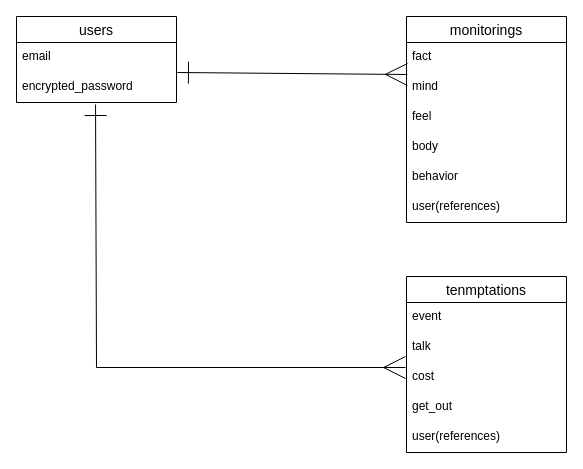
Above: ER-mental.dio in iguanakun/mental-app (draw.io), before the change. Source tidied: cells renumbered, new cells numbered last; positions are measured from the earlier drawing's top-left corner, leaving out a move shared by most shapes. Both pictures are drawn from the tidied source at 100%, with x=0, y=0 at pixel (16, 16).
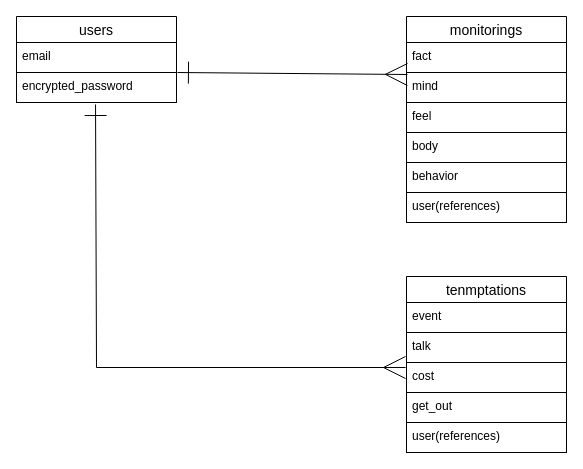
The same page after the edit.

Diff of the diagram source:
```diff
@@
-<mxGraphModel>
+<mxGraphModel background="#ffffff">
@@
-    <mxCell id="2" value="users" style="swimlane;fontStyle=0;horizontal=1;startSize=26;align=center;fontSize=14;" parent="1" vertex="1">
+    <mxCell id="2" value="users" style="swimlane;fontStyle=0;horizontal=1;startSize=26;align=center;fontSize=14;strokeColor=#000000;" parent="1" vertex="1">
       <mxGeometry width="160" height="86" as="geometry" />
     </mxCell>
-    <mxCell id="3" value="email" style="text;strokeColor=none;fillColor=none;spacingLeft=4;spacingRight=4;overflow=hidden;points=[[0,0.5],[1,0.5]];portConstraint=eastwest;fontSize=12;" parent="2" vertex="1">
+    <mxCell id="3" value="email" style="text;strokeColor=#000000;fillColor=#FFFFFF;spacingLeft=4;spacingRight=4;overflow=hidden;points=[[0,0.5],[1,0.5]];portConstraint=eastwest;fontSize=12;" parent="2" vertex="1">
       <mxGeometry y="26" width="160" height="30" as="geometry" />
     </mxCell>
-    <mxCell id="4" value="encrypted_password" style="text;strokeColor=none;fillColor=none;spacingLeft=4;spacingRight=4;overflow=hidden;points=[[0,0.5],[1,0.5]];portConstraint=eastwest;fontSize=12;" parent="2" vertex="1">
+    <mxCell id="4" value="encrypted_password" style="text;strokeColor=#000000;fillColor=#FFFFFF;spacingLeft=4;spacingRight=4;overflow=hidden;points=[[0,0.5],[1,0.5]];portConstraint=eastwest;fontSize=12;" parent="2" vertex="1">
       <mxGeometry y="56" width="160" height="30" as="geometry" />
     </mxCell>
-    <mxCell id="5" value="monitorings" style="swimlane;fontStyle=0;horizontal=1;startSize=26;align=center;fontSize=14;" parent="1" vertex="1">
+    <mxCell id="5" value="monitorings" style="swimlane;fontStyle=0;horizontal=1;startSize=26;align=center;fontSize=14;strokeColor=#000000;" parent="1" vertex="1">
       <mxGeometry x="390" width="160" height="206" as="geometry" />
     </mxCell>
-    <mxCell id="6" value="fact" style="text;strokeColor=none;fillColor=none;spacingLeft=4;spacingRight=4;overflow=hidden;fontSize=12;" parent="5" vertex="1">
+    <mxCell id="6" value="fact" style="text;strokeColor=#000000;fillColor=#FFFFFF;spacingLeft=4;spacingRight=4;overflow=hidden;fontSize=12;" parent="5" vertex="1">
       <mxGeometry y="26" width="160" height="30" as="geometry" />
     </mxCell>
-    <mxCell id="7" value="mind" style="text;strokeColor=none;fillColor=none;spacingLeft=4;spacingRight=4;overflow=hidden;points=[[0,0.5],[1,0.5]];portConstraint=eastwest;fontSize=12;" parent="5" vertex="1">
+    <mxCell id="7" value="mind" style="text;strokeColor=#000000;fillColor=#FFFFFF;spacingLeft=4;spacingRight=4;overflow=hidden;points=[[0,0.5],[1,0.5]];portConstraint=eastwest;fontSize=12;" parent="5" vertex="1">
       <mxGeometry y="56" width="160" height="30" as="geometry" />
     </mxCell>
-    <mxCell id="8" value="feel" style="text;strokeColor=none;fillColor=none;spacingLeft=4;spacingRight=4;overflow=hidden;fontSize=12;" parent="5" vertex="1">
+    <mxCell id="8" value="feel" style="text;strokeColor=#000000;fillColor=#FFFFFF;spacingLeft=4;spacingRight=4;overflow=hidden;fontSize=12;" parent="5" vertex="1">
       <mxGeometry y="86" width="160" height="30" as="geometry" />
     </mxCell>
-    <mxCell id="9" value="body" style="text;strokeColor=none;fillColor=none;spacingLeft=4;spacingRight=4;overflow=hidden;fontSize=12;" parent="5" vertex="1">
+    <mxCell id="9" value="body" style="text;strokeColor=#000000;fillColor=#FFFFFF;spacingLeft=4;spacingRight=4;overflow=hidden;fontSize=12;" parent="5" vertex="1">
       <mxGeometry y="116" width="160" height="30" as="geometry" />
     </mxCell>
-    <mxCell id="10" value="behavior" style="text;strokeColor=none;fillColor=none;spacingLeft=4;spacingRight=4;overflow=hidden;fontSize=12;" parent="5" vertex="1">
+    <mxCell id="10" value="behavior" style="text;strokeColor=#000000;fillColor=#FFFFFF;spacingLeft=4;spacingRight=4;overflow=hidden;fontSize=12;" parent="5" vertex="1">
       <mxGeometry y="146" width="160" height="30" as="geometry" />
     </mxCell>
-    <mxCell id="11" value="user(references)" style="text;strokeColor=none;fillColor=none;spacingLeft=4;spacingRight=4;overflow=hidden;fontSize=12;" parent="5" vertex="1">
+    <mxCell id="11" value="user(references)" style="text;strokeColor=#000000;fillColor=#FFFFFF;spacingLeft=4;spacingRight=4;overflow=hidden;fontSize=12;" parent="5" vertex="1">
       <mxGeometry y="176" width="160" height="30" as="geometry" />
     </mxCell>
-    <mxCell id="12" style="endArrow=ERmany;html=1;rounded=0;entryX=0.006;entryY=0.067;entryDx=0;entryDy=0;entryPerimeter=0;startArrow=ERone;startFill=0;targetPerimeterSpacing=12;endSize=20;endFill=0;sourcePerimeterSpacing=-10;startSize=20;exitX=1.006;exitY=1;exitDx=0;exitDy=0;exitPerimeter=0;strokeWidth=1;" parent="1" edge="1" source="3" target="7">
+    <mxCell id="12" style="endArrow=ERmany;html=1;rounded=0;entryX=0.006;entryY=0.067;entryDx=0;entryDy=0;entryPerimeter=0;startArrow=ERone;startFill=0;targetPerimeterSpacing=12;endSize=20;endFill=0;sourcePerimeterSpacing=-10;startSize=20;exitX=1.006;exitY=1;exitDx=0;exitDy=0;exitPerimeter=0;strokeWidth=1;strokeColor=#000000;" parent="1" edge="1" source="3" target="7">
       <mxGeometry relative="1" as="geometry" />
     </mxCell>
-    <mxCell id="13" value="tenmptations" style="swimlane;fontStyle=0;horizontal=1;startSize=26;align=center;fontSize=14;" parent="1" vertex="1">
+    <mxCell id="13" value="tenmptations" style="swimlane;fontStyle=0;horizontal=1;startSize=26;align=center;fontSize=14;strokeColor=#000000;" parent="1" vertex="1">
       <mxGeometry x="390" y="260" width="160" height="176" as="geometry" />
     </mxCell>
-    <mxCell id="14" value="event" style="text;strokeColor=none;fillColor=none;spacingLeft=4;spacingRight=4;overflow=hidden;fontSize=12;" parent="13" vertex="1">
+    <mxCell id="14" value="event" style="text;strokeColor=#000000;fillColor=#FFFFFF;spacingLeft=4;spacingRight=4;overflow=hidden;fontSize=12;" parent="13" vertex="1">
       <mxGeometry y="26" width="160" height="30" as="geometry" />
     </mxCell>
-    <mxCell id="15" value="talk" style="text;strokeColor=none;fillColor=none;spacingLeft=4;spacingRight=4;overflow=hidden;fontSize=12;" parent="13" vertex="1">
+    <mxCell id="15" value="talk" style="text;strokeColor=#000000;fillColor=#FFFFFF;spacingLeft=4;spacingRight=4;overflow=hidden;fontSize=12;" parent="13" vertex="1">
       <mxGeometry y="56" width="160" height="30" as="geometry" />
     </mxCell>
-    <mxCell id="16" value="cost" style="text;strokeColor=none;fillColor=none;spacingLeft=4;spacingRight=4;overflow=hidden;points=[[0,0.5],[1,0.5]];portConstraint=eastwest;fontSize=12;" parent="13" vertex="1">
+    <mxCell id="16" value="cost" style="text;strokeColor=#000000;fillColor=#FFFFFF;spacingLeft=4;spacingRight=4;overflow=hidden;points=[[0,0.5],[1,0.5]];portConstraint=eastwest;fontSize=12;" parent="13" vertex="1">
       <mxGeometry y="86" width="160" height="30" as="geometry" />
     </mxCell>
-    <mxCell id="17" value="get_out" style="text;strokeColor=none;fillColor=none;spacingLeft=4;spacingRight=4;overflow=hidden;fontSize=12;" parent="13" vertex="1">
+    <mxCell id="17" value="get_out" style="text;strokeColor=#000000;fillColor=#FFFFFF;spacingLeft=4;spacingRight=4;overflow=hidden;fontSize=12;" parent="13" vertex="1">
       <mxGeometry y="116" width="160" height="30" as="geometry" />
     </mxCell>
-    <mxCell id="18" value="user(references)" style="text;strokeColor=none;fillColor=none;spacingLeft=4;spacingRight=4;overflow=hidden;fontSize=12;" parent="13" vertex="1">
+    <mxCell id="18" value="user(references)" style="text;strokeColor=#000000;fillColor=#FFFFFF;spacingLeft=4;spacingRight=4;overflow=hidden;fontSize=12;" parent="13" vertex="1">
       <mxGeometry y="146" width="160" height="30" as="geometry" />
     </mxCell>
-    <mxCell id="19" style="endArrow=ERmany;html=1;rounded=0;entryX=-0.006;entryY=0.167;entryDx=0;entryDy=0;entryPerimeter=0;startArrow=ERone;startFill=0;targetPerimeterSpacing=12;endSize=20;endFill=0;sourcePerimeterSpacing=-10;startSize=20;strokeWidth=1;exitX=0.494;exitY=1.067;exitDx=0;exitDy=0;exitPerimeter=0;" parent="1" edge="1" source="4" target="16">
+    <mxCell id="19" style="endArrow=ERmany;html=1;rounded=0;entryX=-0.006;entryY=0.167;entryDx=0;entryDy=0;entryPerimeter=0;startArrow=ERone;startFill=0;targetPerimeterSpacing=12;endSize=20;endFill=0;sourcePerimeterSpacing=-10;startSize=20;strokeWidth=1;exitX=0.494;exitY=1.067;exitDx=0;exitDy=0;exitPerimeter=0;strokeColor=#000000;" parent="1" edge="1" source="4" target="16">
       <mxGeometry relative="1" as="geometry">
         <Array as="points">
           <mxPoint x="80" y="351" />
         </Array>
       </mxGeometry>
     </mxCell>
```
